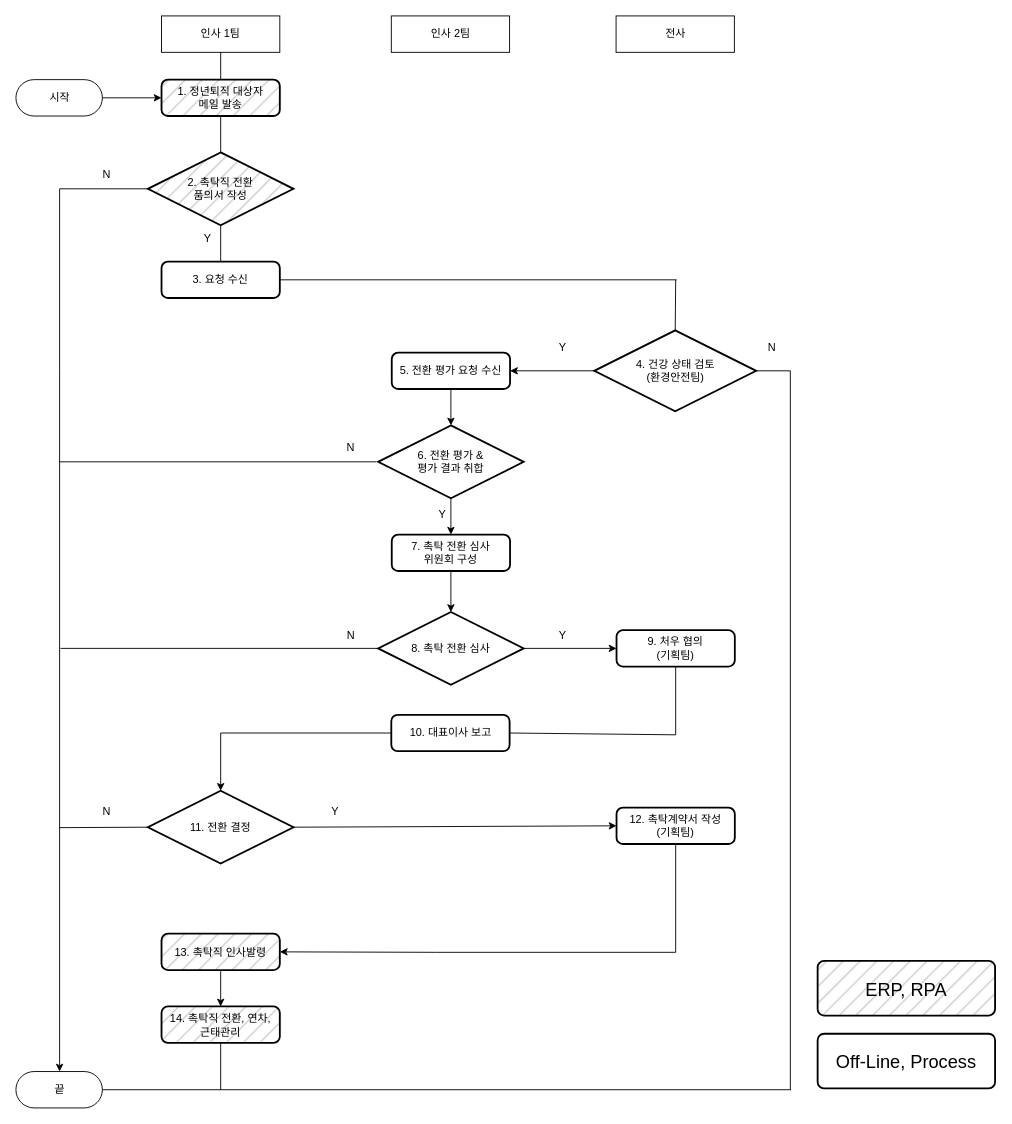
Before: 순서도.drawio in everybae/flowchart, a draw.io diagram. Source tidied: cells renumbered, new cells numbered last; positions are measured from the earlier drawing's top-left corner, leaving out a move shared by most shapes. Both pictures are drawn from the tidied source at 91%, with x=0, y=0 at pixel (15, 15).
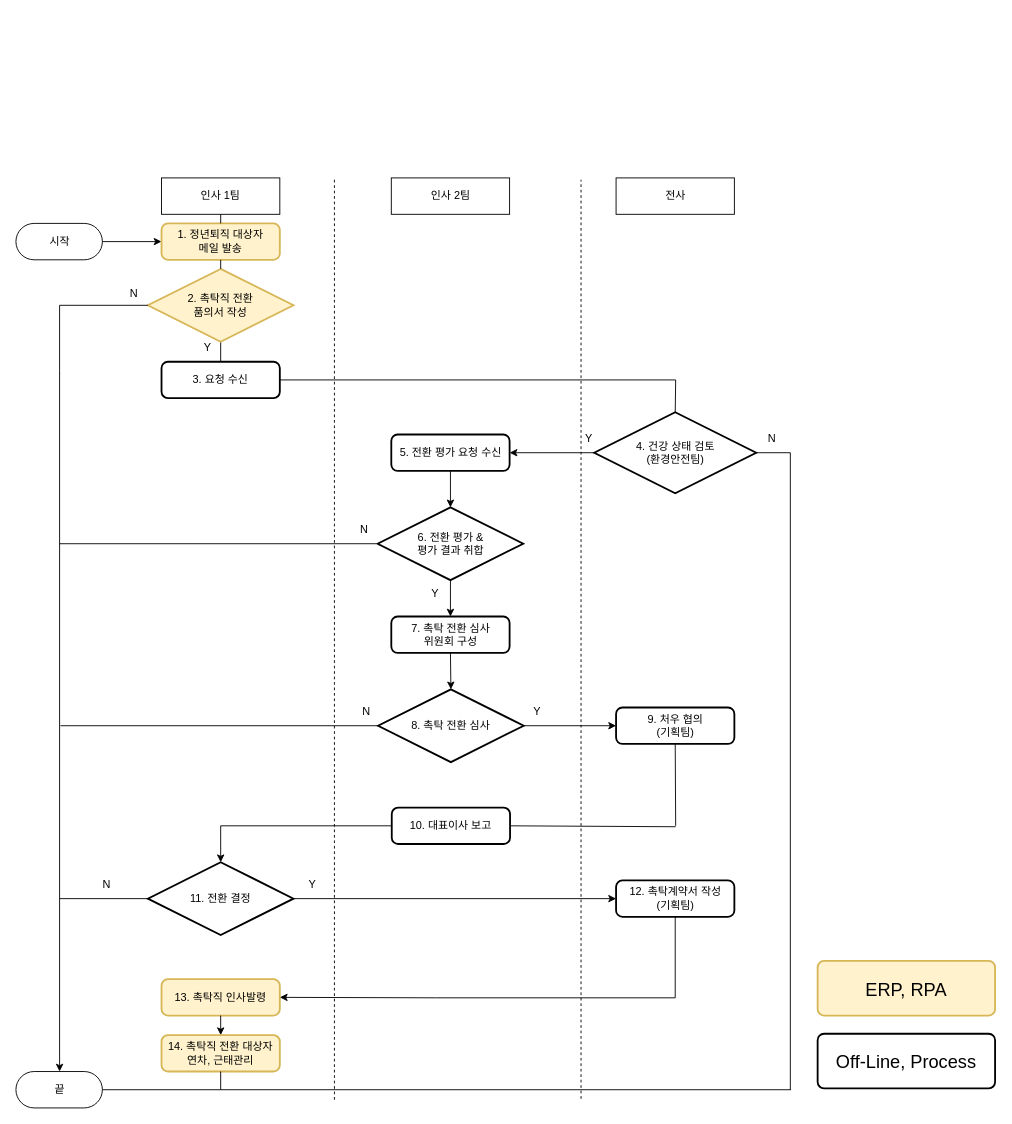
Above is the later version.

Commit message:
순서도.drawio 업데이트

The edit, as a diff of the source:
```diff
@@
     <mxCell id="2" value="인사 1팀" style="rounded=0;whiteSpace=wrap;html=1;" parent="1" vertex="1">
-      <mxGeometry x="160" width="130" height="40" as="geometry" />
+      <mxGeometry x="160" y="178" width="130" height="40" as="geometry" />
     </mxCell>
     <mxCell id="3" value="인사 2팀" style="rounded=0;whiteSpace=wrap;html=1;" parent="1" vertex="1">
-      <mxGeometry x="412.5" width="130" height="40" as="geometry" />
+      <mxGeometry x="412.5" y="178" width="130" height="40" as="geometry" />
     </mxCell>
     <mxCell id="4" value="전사" style="rounded=0;whiteSpace=wrap;html=1;" parent="1" vertex="1">
-      <mxGeometry x="659.5" width="130" height="40" as="geometry" />
+      <mxGeometry x="659.5" y="178" width="130" height="40" as="geometry" />
     </mxCell>
     <mxCell id="5" value="시작" style="html=1;dashed=0;whitespace=wrap;shape=mxgraph.dfd.start;" parent="1" vertex="1">
-      <mxGeometry y="70" width="95" height="40" as="geometry" />
+      <mxGeometry y="228" width="95" height="40" as="geometry" />
     </mxCell>
     <mxCell id="6" value="3. 요청 수신" style="rounded=1;whiteSpace=wrap;html=1;absoluteArcSize=1;arcSize=14;strokeWidth=2;" parent="1" vertex="1">
-      <mxGeometry x="160" y="270" width="130" height="40" as="geometry" />
+      <mxGeometry x="160" y="380" width="130" height="40" as="geometry" />
     </mxCell>
     <mxCell id="7" value="4. 건강 상태 검토&lt;br&gt;(환경안전팀)" style="strokeWidth=2;html=1;shape=mxgraph.flowchart.decision;whiteSpace=wrap;" parent="1" vertex="1">
-      <mxGeometry x="635.5" y="345.5" width="178" height="89" as="geometry" />
+      <mxGeometry x="635.5" y="435.5" width="178" height="89" as="geometry" />
     </mxCell>
     <mxCell id="8" value="7. 촉탁 전환 심사&lt;br&gt;위원회 구성" style="rounded=1;whiteSpace=wrap;html=1;absoluteArcSize=1;arcSize=14;strokeWidth=2;" parent="1" vertex="1">
-      <mxGeometry x="413" y="570" width="130" height="40" as="geometry" />
+      <mxGeometry x="412.5" y="660" width="130" height="40" as="geometry" />
     </mxCell>
     <mxCell id="9" value="8. 촉탁 전환 심사" style="strokeWidth=2;html=1;shape=mxgraph.flowchart.decision;whiteSpace=wrap;" parent="1" vertex="1">
-      <mxGeometry x="398" y="655" width="160" height="80" as="geometry" />
+      <mxGeometry x="398" y="740" width="160" height="80" as="geometry" />
     </mxCell>
     <mxCell id="10" value="10. 대표이사 보고" style="rounded=1;whiteSpace=wrap;html=1;absoluteArcSize=1;arcSize=14;strokeWidth=2;" parent="1" vertex="1">
-      <mxGeometry x="412.5" y="768" width="130" height="40" as="geometry" />
+      <mxGeometry x="413" y="870" width="130" height="40" as="geometry" />
     </mxCell>
     <mxCell id="11" value="11. 전환 결정" style="strokeWidth=2;html=1;shape=mxgraph.flowchart.decision;whiteSpace=wrap;" parent="1" vertex="1">
-      <mxGeometry x="145" y="851.5" width="160" height="80" as="geometry" />
+      <mxGeometry x="145" y="930" width="160" height="80" as="geometry" />
     </mxCell>
-    <mxCell id="12" value="13. 촉탁직 인사발령" style="rounded=1;whiteSpace=wrap;html=1;absoluteArcSize=1;arcSize=14;strokeWidth=2;fillStyle=hatch;fillColor=#CCCCCC;" parent="1" vertex="1">
-      <mxGeometry x="160" y="1008.5" width="130" height="40" as="geometry" />
+    <mxCell id="12" value="13. 촉탁직 인사발령" style="rounded=1;whiteSpace=wrap;html=1;absoluteArcSize=1;arcSize=14;strokeWidth=2;fillStyle=auto;fillColor=#fff2cc;strokeColor=#d6b656;" parent="1" vertex="1">
+      <mxGeometry x="160" y="1058.5" width="130" height="40" as="geometry" />
     </mxCell>
-    <mxCell id="13" value="14. 촉탁직 전환, 연차,&lt;br&gt;근태관리" style="rounded=1;whiteSpace=wrap;html=1;absoluteArcSize=1;arcSize=14;strokeWidth=2;fillColor=#CCCCCC;fillStyle=hatch;" parent="1" vertex="1">
-      <mxGeometry x="160" y="1088.5" width="130" height="40" as="geometry" />
+    <mxCell id="13" value="14. 촉탁직 전환 대상자 연차, 근태관리" style="rounded=1;whiteSpace=wrap;html=1;absoluteArcSize=1;arcSize=14;strokeWidth=2;fillColor=#fff2cc;fillStyle=auto;strokeColor=#d6b656;" parent="1" vertex="1">
+      <mxGeometry x="160" y="1120" width="130" height="40" as="geometry" />
     </mxCell>
@@
     <mxCell id="15" value="5. 전환 평가 요청 수신" style="rounded=1;whiteSpace=wrap;html=1;absoluteArcSize=1;arcSize=14;strokeWidth=2;" parent="1" vertex="1">
-      <mxGeometry x="413" y="370" width="130" height="40" as="geometry" />
+      <mxGeometry x="412.5" y="460" width="130" height="40" as="geometry" />
     </mxCell>
     <mxCell id="16" value="6. 전환 평가 &amp;amp;&lt;br&gt;평가 결과 취합" style="strokeWidth=2;html=1;shape=mxgraph.flowchart.decision;whiteSpace=wrap;" parent="1" vertex="1">
-      <mxGeometry x="398" y="450" width="160" height="80" as="geometry" />
+      <mxGeometry x="397.5" y="540" width="160" height="80" as="geometry" />
     </mxCell>
     <mxCell id="17" value="9. 처우 협의&lt;br&gt;(기획팀)" style="rounded=1;whiteSpace=wrap;html=1;absoluteArcSize=1;arcSize=14;strokeWidth=2;" parent="1" vertex="1">
-      <mxGeometry x="660" y="675" width="130" height="40" as="geometry" />
+      <mxGeometry x="659.5" y="760" width="130" height="40" as="geometry" />
     </mxCell>
     <mxCell id="18" value="12. 촉탁계약서 작성&lt;br&gt;(기획팀)" style="rounded=1;whiteSpace=wrap;html=1;absoluteArcSize=1;arcSize=14;strokeWidth=2;" parent="1" vertex="1">
-      <mxGeometry x="660" y="870" width="130" height="40" as="geometry" />
+      <mxGeometry x="659.5" y="950" width="130" height="40" as="geometry" />
     </mxCell>
     <mxCell id="19" value="Y" style="text;html=1;strokeColor=none;fillColor=none;align=center;verticalAlign=middle;whiteSpace=wrap;rounded=0;fillStyle=hatch;" parent="1" vertex="1">
-      <mxGeometry x="571" y="350" width="60" height="30" as="geometry" />
+      <mxGeometry x="599.5" y="450" width="60" height="30" as="geometry" />
     </mxCell>
@@
     <mxCell id="22" value="N" style="text;html=1;strokeColor=none;fillColor=none;align=center;verticalAlign=middle;whiteSpace=wrap;rounded=0;fillStyle=hatch;" parent="1" vertex="1">
-      <mxGeometry x="801" y="350" width="60" height="30" as="geometry" />
+      <mxGeometry x="801" y="450" width="60" height="30" as="geometry" />
     </mxCell>
@@
     <mxCell id="24" value="Y" style="text;html=1;strokeColor=none;fillColor=none;align=center;verticalAlign=middle;whiteSpace=wrap;rounded=0;fillStyle=hatch;" parent="1" vertex="1">
-      <mxGeometry x="439" y="533" width="60" height="30" as="geometry" />
+      <mxGeometry x="431" y="620" width="60" height="30" as="geometry" />
     </mxCell>
     <mxCell id="25" style="endArrow=none;html=1;rounded=0;entryX=0;entryY=0.5;entryDx=0;entryDy=0;entryPerimeter=0;" parent="1" edge="1">
       <mxGeometry relative="1" as="geometry">
-        <mxPoint x="48" y="490" as="sourcePoint" />
-        <mxPoint x="396" y="490" as="targetPoint" />
+        <mxPoint x="48" y="580" as="sourcePoint" />
+        <mxPoint x="396" y="580" as="targetPoint" />
         <Array as="points">
-          <mxPoint x="198" y="490" />
+          <mxPoint x="198" y="580" />
         </Array>
       </mxGeometry>
     </mxCell>
@@
     <mxCell id="27" value="N" style="text;html=1;strokeColor=none;fillColor=none;align=center;verticalAlign=middle;whiteSpace=wrap;rounded=0;fillStyle=hatch;" parent="1" vertex="1">
-      <mxGeometry x="338" y="460" width="60" height="30" as="geometry" />
+      <mxGeometry x="352.5" y="550" width="60" height="30" as="geometry" />
     </mxCell>
@@
     <mxCell id="29" value="N" style="text;html=1;strokeColor=none;fillColor=none;align=center;verticalAlign=middle;whiteSpace=wrap;rounded=0;fillStyle=hatch;" parent="1" vertex="1">
-      <mxGeometry x="355.5" y="666" width="25" height="30" as="geometry" />
+      <mxGeometry x="373" y="750" width="25" height="30" as="geometry" />
     </mxCell>
@@
     <mxCell id="31" value="Y" style="text;html=1;strokeColor=none;fillColor=none;align=center;verticalAlign=middle;whiteSpace=wrap;rounded=0;fillStyle=hatch;" parent="1" vertex="1">
-      <mxGeometry x="320.5" y="860" width="60" height="30" as="geometry" />
+      <mxGeometry x="295.5" y="940" width="60" height="30" as="geometry" />
     </mxCell>
@@
     <mxCell id="34" value="Y" style="text;html=1;strokeColor=none;fillColor=none;align=center;verticalAlign=middle;whiteSpace=wrap;rounded=0;fillStyle=hatch;" parent="1" vertex="1">
-      <mxGeometry x="571" y="666" width="60" height="30" as="geometry" />
+      <mxGeometry x="543" y="750" width="60" height="30" as="geometry" />
     </mxCell>
@@
     <mxCell id="36" style="endArrow=none;html=1;rounded=0;entryX=0.5;entryY=1;entryDx=0;entryDy=0;" parent="1" edge="1" target="17">
       <mxGeometry relative="1" as="geometry">
-        <mxPoint x="725" y="790" as="sourcePoint" />
+        <mxPoint x="725" y="890" as="sourcePoint" />
       </mxGeometry>
     </mxCell>
     <mxCell id="37" style="endArrow=none;html=1;rounded=0;exitX=1;exitY=0.5;exitDx=0;exitDy=0;" parent="1" edge="1" source="10">
       <mxGeometry relative="1" as="geometry">
-        <mxPoint x="725" y="790" as="targetPoint" />
+        <mxPoint x="725" y="891" as="targetPoint" />
       </mxGeometry>
     </mxCell>
     <mxCell id="38" style="endArrow=none;html=1;rounded=0;exitX=0;exitY=0.5;exitDx=0;exitDy=0;exitPerimeter=0;" parent="1" edge="1" source="11">
       <mxGeometry relative="1" as="geometry">
-        <mxPoint x="48" y="892" as="targetPoint" />
+        <mxPoint x="48" y="970" as="targetPoint" />
       </mxGeometry>
     </mxCell>
     <mxCell id="39" value="N" style="text;html=1;strokeColor=none;fillColor=none;align=center;verticalAlign=middle;whiteSpace=wrap;rounded=0;fillStyle=hatch;" parent="1" vertex="1">
-      <mxGeometry x="70" y="860" width="60" height="30" as="geometry" />
+      <mxGeometry x="70" y="940" width="60" height="30" as="geometry" />
     </mxCell>
-    <mxCell id="40" value="1. 정년퇴직 대상자&lt;br&gt;메일 발송" style="rounded=1;whiteSpace=wrap;html=1;absoluteArcSize=1;arcSize=14;strokeWidth=2;fillStyle=hatch;fillColor=#CCCCCC;" parent="1" vertex="1">
-      <mxGeometry x="160" y="70" width="130" height="40" as="geometry" />
+    <mxCell id="40" value="1. 정년퇴직 대상자&lt;br&gt;메일 발송" style="rounded=1;whiteSpace=wrap;html=1;absoluteArcSize=1;arcSize=14;strokeWidth=2;fillStyle=auto;fillColor=#fff2cc;strokeColor=#d6b656;" parent="1" vertex="1">
+      <mxGeometry x="160" y="228" width="130" height="40" as="geometry" />
     </mxCell>
-    <mxCell id="41" value="2. 촉탁직 전환 &lt;br&gt;품의서 작성" style="strokeWidth=2;html=1;shape=mxgraph.flowchart.decision;whiteSpace=wrap;fillStyle=hatch;fillColor=#CCCCCC;" parent="1" vertex="1">
-      <mxGeometry x="145" y="150" width="160" height="80" as="geometry" />
+    <mxCell id="41" value="2. 촉탁직 전환 &lt;br&gt;품의서 작성" style="strokeWidth=2;html=1;shape=mxgraph.flowchart.decision;whiteSpace=wrap;fillStyle=auto;fillColor=#fff2cc;strokeColor=#d6b656;" parent="1" vertex="1">
+      <mxGeometry x="145" y="278" width="160" height="80" as="geometry" />
     </mxCell>
     <mxCell id="42" value="Y" style="text;html=1;strokeColor=none;fillColor=none;align=center;verticalAlign=middle;whiteSpace=wrap;rounded=0;fillStyle=hatch;" parent="1" vertex="1">
-      <mxGeometry x="181" y="230" width="60" height="30" as="geometry" />
+      <mxGeometry x="181" y="350" width="60" height="30" as="geometry" />
     </mxCell>
@@
     <mxCell id="44" style="endArrow=none;html=1;rounded=0;entryX=0;entryY=0.5;entryDx=0;entryDy=0;entryPerimeter=0;" parent="1" edge="1" target="41">
       <mxGeometry relative="1" as="geometry">
-        <mxPoint x="48" y="190" as="sourcePoint" />
+        <mxPoint x="48" y="318" as="sourcePoint" />
       </mxGeometry>
     </mxCell>
     <mxCell id="45" style="endArrow=none;html=1;rounded=0;" parent="1" edge="1">
       <mxGeometry relative="1" as="geometry">
         <mxPoint x="48" y="390" as="sourcePoint" />
-        <mxPoint x="48" y="190" as="targetPoint" />
+        <mxPoint x="48" y="318" as="targetPoint" />
       </mxGeometry>
     </mxCell>
     <mxCell id="46" value="N" style="text;html=1;strokeColor=none;fillColor=none;align=center;verticalAlign=middle;whiteSpace=wrap;rounded=0;fillStyle=hatch;" parent="1" vertex="1">
-      <mxGeometry x="70" y="160" width="60" height="30" as="geometry" />
+      <mxGeometry x="100" y="290" width="60" height="30" as="geometry" />
     </mxCell>
@@
-    <mxCell id="48" value="&lt;font style=&quot;font-size: 20px;&quot;&gt;ERP, RPA&lt;/font&gt;" style="rounded=1;whiteSpace=wrap;html=1;absoluteArcSize=1;arcSize=14;strokeWidth=2;fillStyle=hatch;fillColor=#CCCCCC;" parent="1" vertex="1">
+    <mxCell id="48" value="&lt;font style=&quot;font-size: 20px;&quot;&gt;ERP, RPA&lt;/font&gt;" style="rounded=1;whiteSpace=wrap;html=1;absoluteArcSize=1;arcSize=14;strokeWidth=2;fillStyle=auto;fillColor=#fff2cc;strokeColor=#d6b656;" parent="1" vertex="1">
       <mxGeometry x="881" y="1038.5" width="195" height="60" as="geometry" />
     </mxCell>
@@
     <mxCell id="51" style="endArrow=none;html=1;rounded=0;fontSize=20;exitX=1;exitY=0.5;exitDx=0;exitDy=0;" parent="1" edge="1" source="6">
       <mxGeometry relative="1" as="geometry">
-        <mxPoint x="726" y="290" as="targetPoint" />
+        <mxPoint x="725" y="400" as="targetPoint" />
       </mxGeometry>
     </mxCell>
     <mxCell id="52" style="endArrow=none;html=1;rounded=0;fontSize=20;exitX=0.5;exitY=0;exitDx=0;exitDy=0;exitPerimeter=0;" parent="1" edge="1" source="7">
       <mxGeometry relative="1" as="geometry">
-        <mxPoint x="725" y="290" as="targetPoint" />
+        <mxPoint x="725" y="400" as="targetPoint" />
       </mxGeometry>
     </mxCell>
     <mxCell id="53" style="endArrow=none;html=1;rounded=0;fontSize=20;exitX=1;exitY=0.5;exitDx=0;exitDy=0;exitPerimeter=0;" parent="1" edge="1" source="7">
       <mxGeometry relative="1" as="geometry">
-        <mxPoint x="851" y="390" as="targetPoint" />
+        <mxPoint x="851" y="480" as="targetPoint" />
       </mxGeometry>
     </mxCell>
     <mxCell id="54" style="endArrow=none;html=1;rounded=0;fontSize=20;" parent="1" edge="1">
       <mxGeometry relative="1" as="geometry">
         <mxPoint x="851" y="1180" as="sourcePoint" />
-        <mxPoint x="851" y="390" as="targetPoint" />
+        <mxPoint x="851" y="480" as="targetPoint" />
       </mxGeometry>
     </mxCell>
@@
     <mxCell id="56" style="endArrow=none;html=1;rounded=0;fontSize=20;entryX=0;entryY=0.5;entryDx=0;entryDy=0;entryPerimeter=0;" parent="1" edge="1" target="9">
       <mxGeometry relative="1" as="geometry">
-        <mxPoint x="49" y="695" as="sourcePoint" />
+        <mxPoint x="49" y="780" as="sourcePoint" />
       </mxGeometry>
     </mxCell>
@@
     <mxCell id="58" style="edgeStyle=segmentEdgeStyle;endArrow=classic;html=1;rounded=0;fontSize=20;exitX=0.5;exitY=1;exitDx=0;exitDy=0;entryX=1;entryY=0.5;entryDx=0;entryDy=0;" parent="1" edge="1" source="18" target="12">
       <mxGeometry relative="1" as="geometry">
         <Array as="points">
-          <mxPoint x="725" y="1029" />
-          <mxPoint x="461" y="1029" />
+          <mxPoint x="725" y="1079" />
+          <mxPoint x="461" y="1079" />
         </Array>
       </mxGeometry>
     </mxCell>
@@
+    <mxCell id="60" style="endArrow=none;dashed=1;html=1;rounded=0;fontSize=20;" parent="1" edge="1">
+      <mxGeometry relative="1" as="geometry">
+        <mxPoint x="350" y="1191" as="sourcePoint" />
+        <mxPoint x="350" y="180" as="targetPoint" />
+      </mxGeometry>
+    </mxCell>
+    <mxCell id="61" style="endArrow=none;dashed=1;html=1;rounded=0;fontSize=20;" parent="1" edge="1">
+      <mxGeometry relative="1" as="geometry">
+        <mxPoint x="621" y="1190" as="sourcePoint" />
+        <mxPoint x="621" y="180" as="targetPoint" />
+      </mxGeometry>
+    </mxCell>
```
